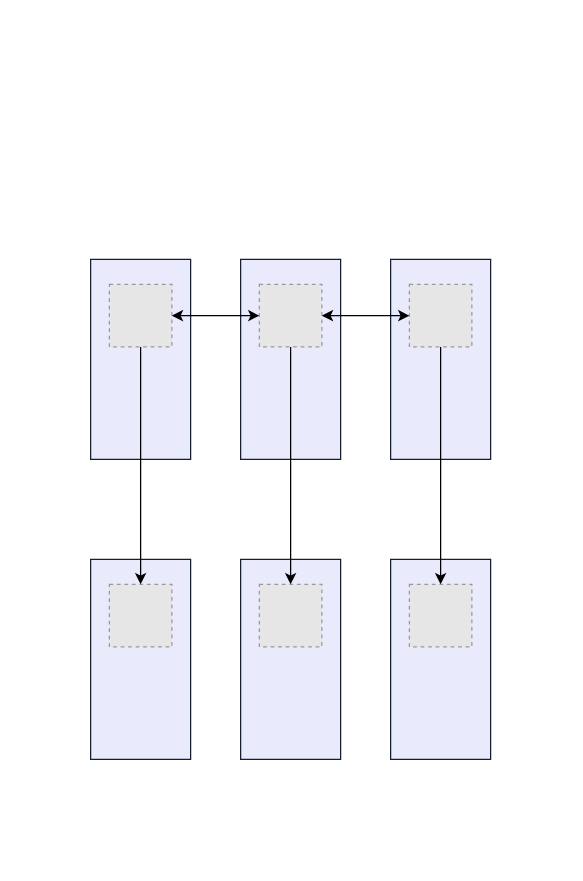
Above: page "OSS Cluster" (2 of 2) of Core_Redis.drawio in mar1boroman/architectures (draw.io), before the change. Source tidied: cells renumbered, new cells numbered last; positions are measured from the earlier drawing's top-left corner, leaving out a move shared by most shapes. Both pictures are drawn from the tidied source at 125%, with x=0, y=0 at pixel (90, 259). Pictures stored in the file or linked from it are replaced by grey dashed boxes.
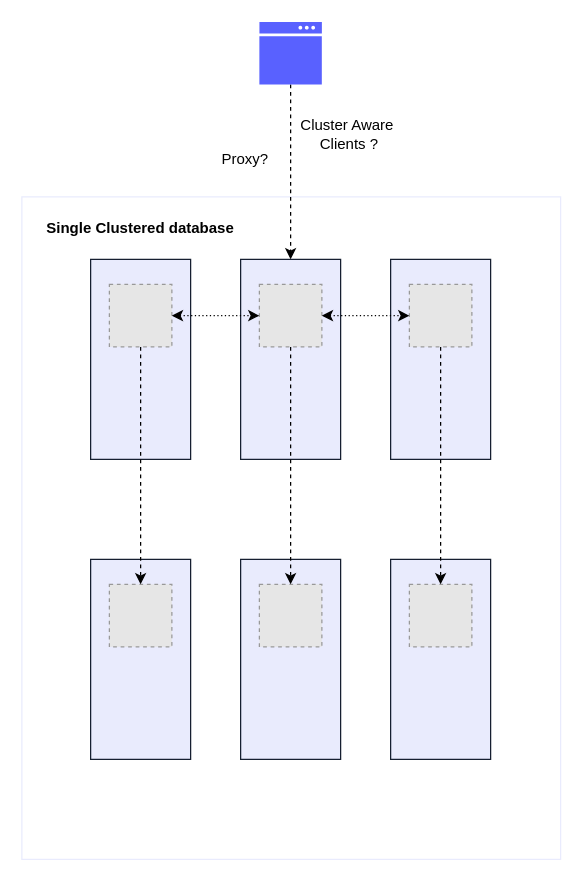
Above is the later version.

The change refers to these unchanged cells:
```xml
<mxCell id="3" style="fillColor=#E6E6E6;strokeColor=#999999;dashed=1;verticalLabelPosition=bottom;verticalAlign=top;" parent="1" vertex="1">
  <mxGeometry x="15" y="20" width="50" height="50" as="geometry" />
</mxCell>
<mxCell id="4" style="rounded=0;whiteSpace=wrap;html=1;fillColor=#E9EBFD;fillStyle=auto;strokeColor=#161F31;glass=0;shadow=0;" parent="1" vertex="1">
  <mxGeometry x="120" width="80" height="160" as="geometry" />
</mxCell>
<mxCell id="5" style="fillColor=#E6E6E6;strokeColor=#999999;dashed=1;verticalLabelPosition=bottom;verticalAlign=top;" parent="1" vertex="1">
  <mxGeometry x="135" y="20" width="50" height="50" as="geometry" />
</mxCell>
<mxCell id="7" style="fillColor=#E6E6E6;strokeColor=#999999;dashed=1;verticalLabelPosition=bottom;verticalAlign=top;" parent="1" vertex="1">
  <mxGeometry x="255" y="20" width="50" height="50" as="geometry" />
</mxCell>
<mxCell id="9" style="fillColor=#E6E6E6;strokeColor=#999999;dashed=1;verticalLabelPosition=bottom;verticalAlign=top;" parent="1" vertex="1">
  <mxGeometry x="15" y="260" width="50" height="50" as="geometry" />
</mxCell>
<mxCell id="11" style="fillColor=#E6E6E6;strokeColor=#999999;dashed=1;verticalLabelPosition=bottom;verticalAlign=top;" parent="1" vertex="1">
  <mxGeometry x="135" y="260" width="50" height="50" as="geometry" />
</mxCell>
<mxCell id="13" style="fillColor=#E6E6E6;strokeColor=#999999;dashed=1;verticalLabelPosition=bottom;verticalAlign=top;" parent="1" vertex="1">
  <mxGeometry x="255" y="260" width="50" height="50" as="geometry" />
</mxCell>
```

What changed in the source:
```diff
@@
+    <mxCell id="19" style="rounded=0;whiteSpace=wrap;html=1;strokeColor=#E9EBFD;" parent="1" vertex="1">
+      <mxGeometry x="-55" y="-50" width="431" height="530" as="geometry" />
+    </mxCell>
@@
-    <mxCell id="14" style="edgeStyle=orthogonalEdgeStyle;rounded=0;jettySize=auto;html=1;exitX=0.5;exitY=1;exitDx=0;exitDy=0;entryX=0.5;entryY=0;entryDx=0;entryDy=0;" parent="1" edge="1" source="3" target="9">
+    <mxCell id="14" style="edgeStyle=orthogonalEdgeStyle;rounded=0;jettySize=auto;html=1;exitX=0.5;exitY=1;exitDx=0;exitDy=0;entryX=0.5;entryY=0;entryDx=0;entryDy=0;dashed=1;flowAnimation=1;" parent="1" edge="1" source="3" target="9">
       <mxGeometry relative="1" as="geometry" />
     </mxCell>
-    <mxCell id="15" style="edgeStyle=orthogonalEdgeStyle;rounded=0;jettySize=auto;html=1;exitX=0.5;exitY=1;exitDx=0;exitDy=0;entryX=0.5;entryY=0;entryDx=0;entryDy=0;" parent="1" edge="1" source="5" target="11">
+    <mxCell id="15" style="edgeStyle=orthogonalEdgeStyle;rounded=0;jettySize=auto;html=1;exitX=0.5;exitY=1;exitDx=0;exitDy=0;entryX=0.5;entryY=0;entryDx=0;entryDy=0;dashed=1;flowAnimation=1;" parent="1" edge="1" source="5" target="11">
       <mxGeometry relative="1" as="geometry" />
     </mxCell>
-    <mxCell id="16" style="edgeStyle=orthogonalEdgeStyle;rounded=0;jettySize=auto;html=1;exitX=0.5;exitY=1;exitDx=0;exitDy=0;" parent="1" edge="1" source="7" target="13">
+    <mxCell id="16" style="edgeStyle=orthogonalEdgeStyle;rounded=0;jettySize=auto;html=1;exitX=0.5;exitY=1;exitDx=0;exitDy=0;dashed=1;flowAnimation=1;" parent="1" edge="1" source="7" target="13">
       <mxGeometry relative="1" as="geometry" />
     </mxCell>
-    <mxCell id="17" style="edgeStyle=orthogonalEdgeStyle;rounded=0;jettySize=auto;html=1;exitX=1;exitY=0.5;exitDx=0;exitDy=0;entryX=0;entryY=0.5;entryDx=0;entryDy=0;startArrow=classic;startFill=1;" parent="1" edge="1" source="3" target="5">
+    <mxCell id="17" style="edgeStyle=orthogonalEdgeStyle;rounded=0;jettySize=auto;html=1;exitX=1;exitY=0.5;exitDx=0;exitDy=0;entryX=0;entryY=0.5;entryDx=0;entryDy=0;startArrow=classic;startFill=1;dashed=1;dashPattern=1 2;flowAnimation=1;" parent="1" edge="1" source="3" target="5">
       <mxGeometry relative="1" as="geometry" />
     </mxCell>
-    <mxCell id="18" style="edgeStyle=orthogonalEdgeStyle;rounded=0;jettySize=auto;html=1;exitX=1;exitY=0.5;exitDx=0;exitDy=0;startArrow=classic;startFill=1;" parent="1" edge="1" source="5" target="7">
+    <mxCell id="18" style="edgeStyle=orthogonalEdgeStyle;rounded=0;jettySize=auto;html=1;exitX=1;exitY=0.5;exitDx=0;exitDy=0;startArrow=classic;startFill=1;dashed=1;dashPattern=1 2;flowAnimation=1;" parent="1" edge="1" source="5" target="7">
       <mxGeometry relative="1" as="geometry" />
     </mxCell>
+    <mxCell id="20" value="Single Clustered database" style="text;html=1;align=center;verticalAlign=middle;whiteSpace=wrap;rounded=0;fontStyle=1;" parent="1" vertex="1">
+      <mxGeometry x="-50" y="-40" width="180" height="30" as="geometry" />
+    </mxCell>
+    <mxCell id="21" style="edgeStyle=orthogonalEdgeStyle;rounded=0;jettySize=auto;html=1;dashed=1;flowAnimation=1;" parent="1" edge="1" source="22" target="4">
+      <mxGeometry relative="1" as="geometry" />
+    </mxCell>
+    <mxCell id="22" style="sketch=0;shadow=0;dashed=0;html=1;strokeColor=none;fillColor=#5961FF;labelPosition=center;verticalLabelPosition=bottom;verticalAlign=top;align=center;outlineConnect=0;shape=mxgraph.veeam2.interface_console;" parent="1" vertex="1">
+      <mxGeometry x="135" y="-190" width="50" height="50" as="geometry" />
+    </mxCell>
+    <mxCell id="23" value="Proxy?&amp;nbsp;" style="text;strokeColor=none;fillColor=none;html=1;fontSize=12;fontStyle=0;verticalAlign=middle;align=center;" parent="1" vertex="1">
+      <mxGeometry x="90" y="-100" width="70" height="40" as="geometry" />
+    </mxCell>
+    <mxCell id="24" value="Cluster Aware&lt;br style=&quot;font-size: 12px;&quot;&gt;&amp;nbsp;Clients ?" style="text;strokeColor=none;fillColor=none;html=1;fontSize=12;fontStyle=0;verticalAlign=middle;align=center;" parent="1" vertex="1">
+      <mxGeometry x="170" y="-120" width="70" height="40" as="geometry" />
+    </mxCell>
```
